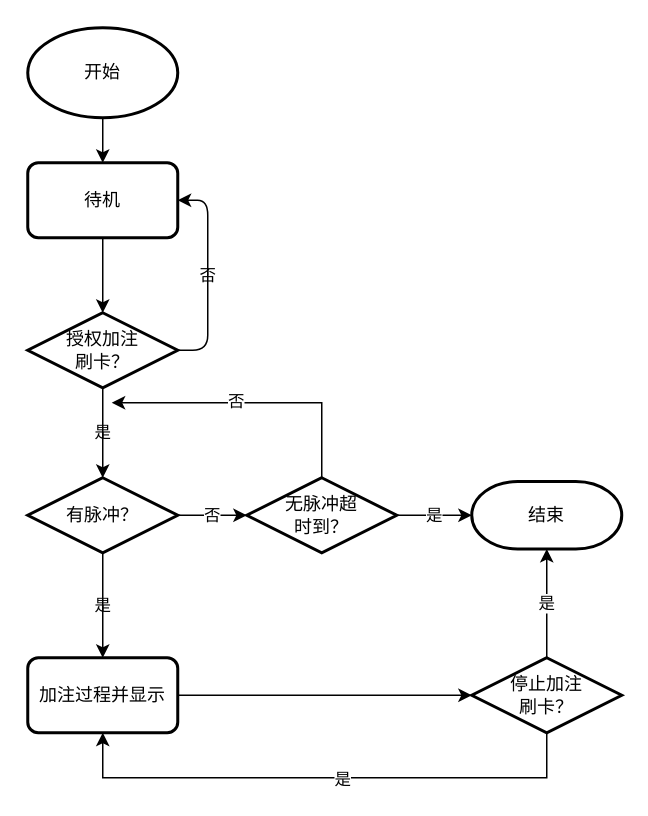
Above: page "操作流程图" (2 of 3) of electroic_meter.drawio in kupier/12306-electron (draw.io), before the change. Source tidied: cells renumbered, new cells numbered last; positions are measured from the earlier drawing's top-left corner, leaving out a move shared by most shapes. Both pictures are drawn from the tidied source at 150%, with x=0, y=0 at pixel (27, 27).
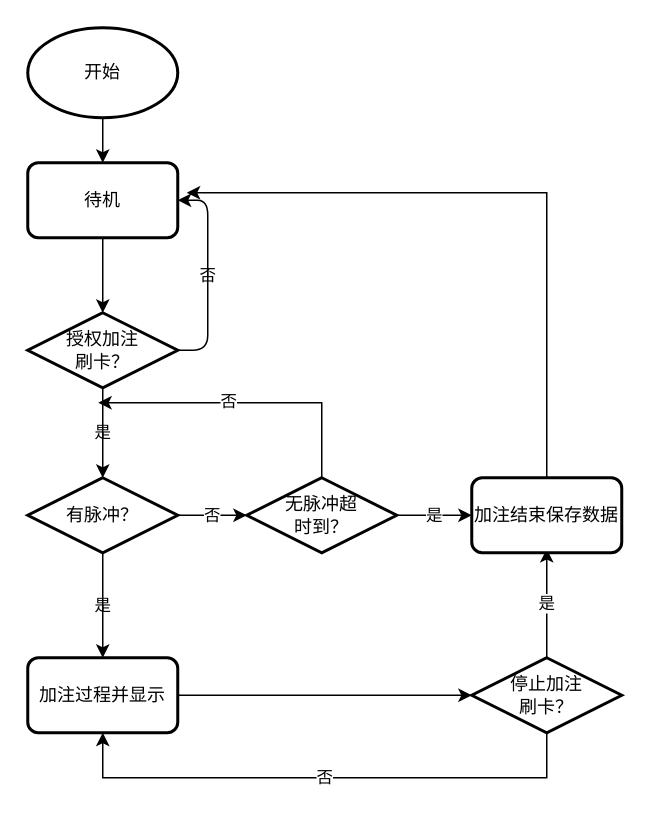
Above is the later version.

Unchanged cells that the change refers to:
```xml
<mxCell id="12" value="加注过程并显示" style="rounded=1;whiteSpace=wrap;html=1;absoluteArcSize=1;arcSize=14;strokeWidth=2;labelBackgroundColor=none;" parent="1" vertex="1">
  <mxGeometry y="420" width="100" height="50" as="geometry" />
</mxCell>
<mxCell id="18" value="停止加注&lt;br&gt;刷卡？" style="strokeWidth=2;html=1;shape=mxgraph.flowchart.decision;whiteSpace=wrap;rounded=1;labelBackgroundColor=none;" parent="1" vertex="1">
  <mxGeometry x="296" y="420" width="100" height="50" as="geometry" />
</mxCell>
<mxCell id="22" value="无脉冲超&lt;br&gt;时到？" style="strokeWidth=2;html=1;shape=mxgraph.flowchart.decision;whiteSpace=wrap;rounded=1;labelBackgroundColor=none;" parent="1" vertex="1">
  <mxGeometry x="146" y="300" width="100" height="50" as="geometry" />
</mxCell>
```

Change to the diagram source:
```diff
@@
-    <mxCell id="4" value="结束" style="strokeWidth=2;html=1;shape=mxgraph.flowchart.terminator;whiteSpace=wrap;rounded=1;labelBackgroundColor=none;" parent="1" vertex="1">
-      <mxGeometry x="296" y="302.5" width="100" height="45" as="geometry" />
-    </mxCell>
@@
-    <mxCell id="15" value="是" style="edgeStyle=orthogonalEdgeStyle;rounded=0;jettySize=auto;html=1;exitX=0.5;exitY=0;exitDx=0;exitDy=0;exitPerimeter=0;entryX=0.5;entryY=1;entryDx=0;entryDy=0;entryPerimeter=0;" parent="1" edge="1" source="18" target="4">
-      <mxGeometry relative="1" as="geometry" />
+    <mxCell id="15" value="是" style="edgeStyle=orthogonalEdgeStyle;rounded=0;jettySize=auto;html=1;exitX=0.5;exitY=0;exitDx=0;exitDy=0;exitPerimeter=0;entryX=0.5;entryY=1;entryDx=0;entryDy=0;entryPerimeter=0;" parent="1" edge="1" source="18">
+      <mxGeometry relative="1" as="geometry">
+        <mxPoint x="346" y="347.5" as="targetPoint" />
+      </mxGeometry>
     </mxCell>
-    <mxCell id="16" style="edgeStyle=orthogonalEdgeStyle;rounded=0;jettySize=auto;html=1;exitX=0.5;exitY=1;exitDx=0;exitDy=0;exitPerimeter=0;entryX=0.5;entryY=1;entryDx=0;entryDy=0;" parent="1" edge="1" source="18" target="12">
+    <mxCell id="16" value="否" style="edgeStyle=orthogonalEdgeStyle;rounded=0;jettySize=auto;html=1;exitX=0.5;exitY=1;exitDx=0;exitDy=0;exitPerimeter=0;entryX=0.5;entryY=1;entryDx=0;entryDy=0;" parent="1" edge="1" source="18" target="12">
       <mxGeometry relative="1" as="geometry">
         <Array as="points">
           <mxPoint x="346" y="500" />
           <mxPoint x="50" y="500" />
         </Array>
       </mxGeometry>
     </mxCell>
-    <mxCell id="17" value="是" style="edgeLabel;html=1;align=center;verticalAlign=middle;" parent="16" vertex="1">
-      <mxGeometry x="-0.06" relative="1" as="geometry" />
-    </mxCell>
@@
-    <mxCell id="19" value="是" style="edgeStyle=orthogonalEdgeStyle;rounded=0;jettySize=auto;html=1;exitX=1;exitY=0.5;exitDx=0;exitDy=0;exitPerimeter=0;entryX=0;entryY=0.5;entryDx=0;entryDy=0;entryPerimeter=0;" parent="1" edge="1" source="22" target="4">
-      <mxGeometry relative="1" as="geometry" />
+    <mxCell id="19" value="是" style="edgeStyle=orthogonalEdgeStyle;rounded=0;jettySize=auto;html=1;exitX=1;exitY=0.5;exitDx=0;exitDy=0;exitPerimeter=0;entryX=0;entryY=0.5;entryDx=0;entryDy=0;entryPerimeter=0;" parent="1" edge="1" source="22">
+      <mxGeometry relative="1" as="geometry">
+        <mxPoint x="296" y="325" as="targetPoint" />
+      </mxGeometry>
     </mxCell>
-    <mxCell id="20" style="edgeStyle=orthogonalEdgeStyle;rounded=0;jettySize=auto;html=1;" parent="1" edge="1" source="22">
+    <mxCell id="20" style="edgeStyle=orthogonalEdgeStyle;rounded=0;orthogonalLoop=1;jettySize=auto;html=1;" parent="1" edge="1">
       <mxGeometry relative="1" as="geometry">
-        <mxPoint x="56" y="250" as="targetPoint" />
+        <mxPoint x="197" y="300" as="sourcePoint" />
+        <mxPoint x="47" y="250" as="targetPoint" />
         <Array as="points">
+          <mxPoint x="196" y="300" />
           <mxPoint x="196" y="250" />
         </Array>
       </mxGeometry>
     </mxCell>
@@
+    <mxCell id="23" style="edgeStyle=orthogonalEdgeStyle;rounded=0;jettySize=auto;html=1;" parent="1" edge="1" source="24">
+      <mxGeometry relative="1" as="geometry">
+        <mxPoint x="106" y="110" as="targetPoint" />
+        <Array as="points">
+          <mxPoint x="346" y="110" />
+        </Array>
+      </mxGeometry>
+    </mxCell>
+    <mxCell id="24" value="加注结束保存数据" style="rounded=1;whiteSpace=wrap;html=1;absoluteArcSize=1;arcSize=14;strokeWidth=2;labelBackgroundColor=none;" parent="1" vertex="1">
+      <mxGeometry x="296" y="300" width="100" height="50" as="geometry" />
+    </mxCell>
```
